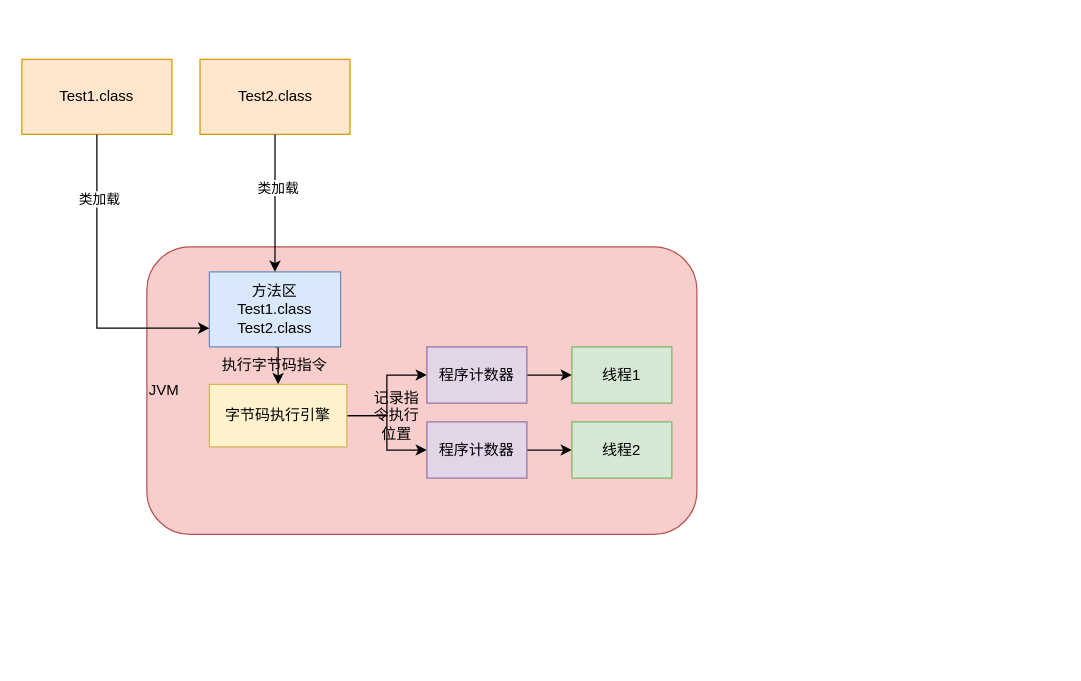
Before: jvm专栏/JVM内存模型.drawio in zhongqiuoo/drawio, a draw.io diagram. Source tidied: cells renumbered, new cells numbered last; positions are measured from the earlier drawing's top-left corner, leaving out a move shared by most shapes. Both pictures are drawn from the tidied source at 125%, with x=0, y=0 at pixel (21, 59).
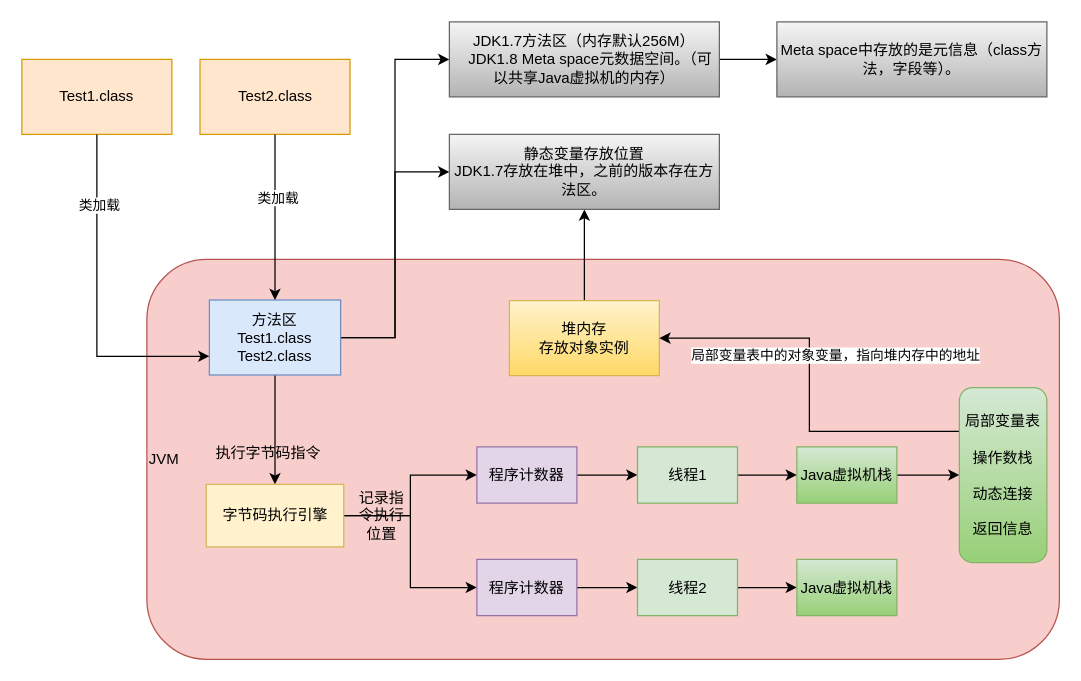
After the change.

Diff of the diagram source:
```diff
@@
     <mxCell id="4" value="JVM" style="rounded=1;whiteSpace=wrap;html=1;align=left;fillColor=#f8cecc;strokeColor=#b85450;" parent="1" vertex="1">
-      <mxGeometry x="100" y="150" width="440" height="230" as="geometry" />
+      <mxGeometry x="100" y="160" width="730" height="320" as="geometry" />
     </mxCell>
@@
+    <mxCell id="22" style="edgeStyle=orthogonalEdgeStyle;rounded=0;jettySize=auto;html=1;exitX=1;exitY=0.5;exitDx=0;exitDy=0;entryX=0;entryY=0.5;entryDx=0;entryDy=0;" parent="1" edge="1" source="6" target="35">
+      <mxGeometry relative="1" as="geometry" />
+    </mxCell>
+    <mxCell id="23" style="edgeStyle=orthogonalEdgeStyle;rounded=0;jettySize=auto;html=1;exitX=1;exitY=0.5;exitDx=0;exitDy=0;entryX=0;entryY=0.5;entryDx=0;entryDy=0;" parent="1" edge="1" source="6" target="36">
+      <mxGeometry relative="1" as="geometry" />
+    </mxCell>
     <mxCell id="6" value="方法区&lt;br&gt;Test1.class&lt;br&gt;Test2.class" style="rounded=0;whiteSpace=wrap;html=1;fillColor=#dae8fc;strokeColor=#6c8ebf;" parent="1" vertex="1">
-      <mxGeometry x="150" y="170" width="105" height="60" as="geometry" />
+      <mxGeometry x="150" y="192.5" width="105" height="60" as="geometry" />
     </mxCell>
@@
     <mxCell id="13" value="字节码执行引擎" style="rounded=0;whiteSpace=wrap;html=1;fillColor=#fff2cc;strokeColor=#d6b656;" parent="1" vertex="1">
-      <mxGeometry x="150" y="260" width="110" height="50" as="geometry" />
+      <mxGeometry x="147.5" y="340" width="110" height="50" as="geometry" />
     </mxCell>
     <mxCell id="14" value="执行字节码指令" style="text;html=1;strokeColor=none;fillColor=none;align=center;verticalAlign=middle;whiteSpace=wrap;rounded=0;" parent="1" vertex="1">
-      <mxGeometry x="149" y="240" width="107" height="10" as="geometry" />
+      <mxGeometry x="144" y="310" width="107" height="10" as="geometry" />
     </mxCell>
@@
     <mxCell id="16" value="程序计数器" style="rounded=0;whiteSpace=wrap;html=1;fillColor=#e1d5e7;strokeColor=#9673a6;" parent="1" vertex="1">
-      <mxGeometry x="324" y="230" width="80" height="45" as="geometry" />
+      <mxGeometry x="364" y="310" width="80" height="45" as="geometry" />
     </mxCell>
+    <mxCell id="24" style="edgeStyle=orthogonalEdgeStyle;rounded=0;jettySize=auto;html=1;exitX=1;exitY=0.5;exitDx=0;exitDy=0;entryX=0;entryY=0.5;entryDx=0;entryDy=0;" parent="1" edge="1" source="17" target="29">
+      <mxGeometry relative="1" as="geometry" />
+    </mxCell>
     <mxCell id="17" value="线程1" style="rounded=0;whiteSpace=wrap;html=1;fillColor=#d5e8d4;strokeColor=#82b366;" parent="1" vertex="1">
-      <mxGeometry x="440" y="230" width="80" height="45" as="geometry" />
+      <mxGeometry x="492.5" y="310" width="80" height="45" as="geometry" />
     </mxCell>
@@
     <mxCell id="19" value="&lt;span&gt;程序计数器&lt;/span&gt;" style="rounded=0;whiteSpace=wrap;html=1;fillColor=#e1d5e7;strokeColor=#9673a6;" parent="1" vertex="1">
-      <mxGeometry x="324" y="290" width="80" height="45" as="geometry" />
+      <mxGeometry x="364" y="400" width="80" height="45" as="geometry" />
     </mxCell>
+    <mxCell id="25" style="edgeStyle=orthogonalEdgeStyle;rounded=0;jettySize=auto;html=1;exitX=1;exitY=0.5;exitDx=0;exitDy=0;entryX=0;entryY=0.5;entryDx=0;entryDy=0;" parent="1" edge="1" source="20" target="30">
+      <mxGeometry relative="1" as="geometry" />
+    </mxCell>
     <mxCell id="20" value="线程2" style="rounded=0;whiteSpace=wrap;html=1;fillColor=#d5e8d4;strokeColor=#82b366;" parent="1" vertex="1">
-      <mxGeometry x="440" y="290" width="80" height="45" as="geometry" />
+      <mxGeometry x="492.5" y="400" width="80" height="45" as="geometry" />
     </mxCell>
     <mxCell id="21" value="记录指令执行位置" style="text;html=1;strokeColor=none;fillColor=none;align=center;verticalAlign=middle;whiteSpace=wrap;rounded=0;" parent="1" vertex="1">
-      <mxGeometry x="280" y="275" width="40" height="20" as="geometry" />
+      <mxGeometry x="267.5" y="355" width="40" height="20" as="geometry" />
     </mxCell>
+    <mxCell id="26" style="edgeStyle=orthogonalEdgeStyle;rounded=0;jettySize=auto;html=1;exitX=0.5;exitY=0;exitDx=0;exitDy=0;entryX=0.5;entryY=1;entryDx=0;entryDy=0;" parent="1" edge="1" source="27" target="36">
+      <mxGeometry relative="1" as="geometry" />
+    </mxCell>
+    <mxCell id="27" value="堆内存&lt;br&gt;存放对象实例" style="rounded=0;whiteSpace=wrap;html=1;fillColor=#fff2cc;strokeColor=#d6b656;gradientColor=#ffd966;" parent="1" vertex="1">
+      <mxGeometry x="390" y="193" width="120" height="60" as="geometry" />
+    </mxCell>
+    <mxCell id="28" style="edgeStyle=orthogonalEdgeStyle;rounded=0;jettySize=auto;html=1;exitX=1;exitY=0.5;exitDx=0;exitDy=0;" parent="1" edge="1" source="29" target="33">
+      <mxGeometry relative="1" as="geometry" />
+    </mxCell>
+    <mxCell id="29" value="Java虚拟机栈" style="rounded=0;whiteSpace=wrap;html=1;fillColor=#d5e8d4;strokeColor=#82b366;gradientColor=#97d077;" parent="1" vertex="1">
+      <mxGeometry x="620" y="310" width="80" height="45" as="geometry" />
+    </mxCell>
+    <mxCell id="30" value="Java虚拟机栈" style="rounded=0;whiteSpace=wrap;html=1;fillColor=#d5e8d4;strokeColor=#82b366;gradientColor=#97d077;" parent="1" vertex="1">
+      <mxGeometry x="620" y="400" width="80" height="45" as="geometry" />
+    </mxCell>
+    <mxCell id="31" style="edgeStyle=orthogonalEdgeStyle;rounded=0;jettySize=auto;html=1;exitX=0;exitY=0.25;exitDx=0;exitDy=0;entryX=1;entryY=0.5;entryDx=0;entryDy=0;" parent="1" edge="1" source="33" target="27">
+      <mxGeometry relative="1" as="geometry" />
+    </mxCell>
+    <mxCell id="32" value="局部变量表中的对象变量，指向堆内存中的地址" style="edgeLabel;html=1;align=center;verticalAlign=middle;" parent="31" vertex="1">
+      <mxGeometry x="0.16" relative="1" as="geometry">
+        <mxPoint x="20" y="1" as="offset" />
+      </mxGeometry>
+    </mxCell>
+    <mxCell id="33" value="局部变量表&lt;br&gt;&lt;br&gt;操作数栈&lt;br&gt;&lt;br&gt;动态连接&lt;br&gt;&lt;br&gt;返回信息" style="rounded=1;whiteSpace=wrap;html=1;gradientColor=#97d077;fillColor=#d5e8d4;strokeColor=#82b366;" parent="1" vertex="1">
+      <mxGeometry x="750" y="262.5" width="70" height="140" as="geometry" />
+    </mxCell>
+    <mxCell id="34" style="edgeStyle=orthogonalEdgeStyle;rounded=0;jettySize=auto;html=1;exitX=1;exitY=0.5;exitDx=0;exitDy=0;entryX=0;entryY=0.5;entryDx=0;entryDy=0;" parent="1" edge="1" source="35" target="37">
+      <mxGeometry relative="1" as="geometry" />
+    </mxCell>
+    <mxCell id="35" value="JDK1.7方法区（内存默认256M）&lt;br&gt;&amp;nbsp; &amp;nbsp;JDK1.8 Meta space元数据空间。（可以共享Java虚拟机的内存）" style="text;html=1;strokeColor=#666666;fillColor=#f5f5f5;align=center;verticalAlign=middle;whiteSpace=wrap;rounded=0;gradientColor=#b3b3b3;" parent="1" vertex="1">
+      <mxGeometry x="342" y="-30" width="216" height="60" as="geometry" />
+    </mxCell>
+    <mxCell id="36" value="静态变量存放位置&lt;br&gt;JDK1.7存放在堆中，之前的版本存在方法区。" style="text;html=1;strokeColor=#666666;fillColor=#f5f5f5;align=center;verticalAlign=middle;whiteSpace=wrap;rounded=0;gradientColor=#b3b3b3;" parent="1" vertex="1">
+      <mxGeometry x="342" y="60" width="216" height="60" as="geometry" />
+    </mxCell>
+    <mxCell id="37" value="Meta space中存放的是元信息（class方法，字段等）。" style="text;html=1;strokeColor=#666666;fillColor=#f5f5f5;align=center;verticalAlign=middle;whiteSpace=wrap;rounded=0;gradientColor=#b3b3b3;" parent="1" vertex="1">
+      <mxGeometry x="604" y="-30" width="216" height="60" as="geometry" />
+    </mxCell>
```
